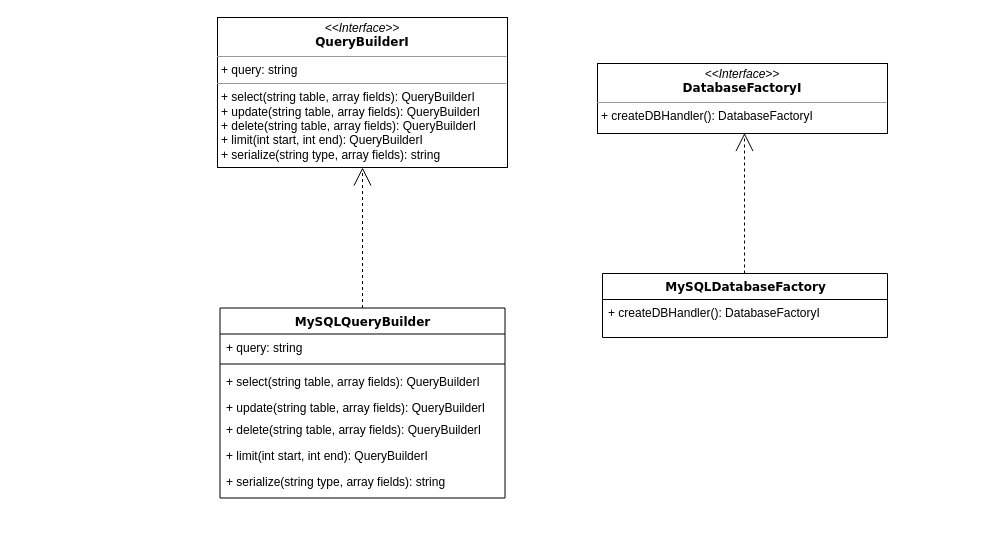
hasanuyanik/news-web-app keeps this draw.io diagram as Database UML Diagram.drawio. Above is the earlier version. Source tidied: cells renumbered, new cells numbered last; positions are measured from the earlier drawing's top-left corner, leaving out a move shared by most shapes. Both pictures are drawn from the tidied source at 100%, with x=0, y=0 at pixel (217, 17).
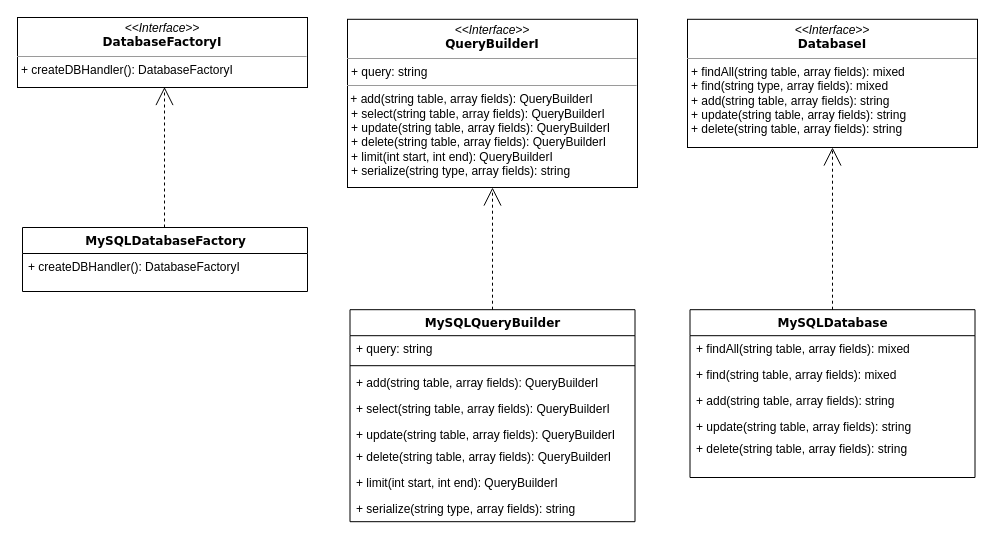
Above is the later version.

Diff of the diagram source:
```diff
@@
     <mxCell id="2" style="edgeStyle=orthogonalEdgeStyle;rounded=0;html=1;dashed=1;labelBackgroundColor=none;startArrow=none;startFill=0;startSize=8;endArrow=open;endFill=0;endSize=16;fontFamily=Verdana;fontSize=12;" parent="1" edge="1" source="3" target="11">
       <mxGeometry relative="1" as="geometry">
         <Array as="points">
-          <mxPoint x="145" y="250" />
-          <mxPoint x="145" y="250" />
+          <mxPoint x="275" y="251.8" />
+          <mxPoint x="275" y="251.8" />
         </Array>
       </mxGeometry>
     </mxCell>
     <mxCell id="3" value="MySQLQueryBuilder" style="swimlane;html=1;fontStyle=1;align=center;verticalAlign=top;horizontal=1;startSize=26;swimlaneFillColor=#ffffff;rounded=0;shadow=0;comic=0;labelBackgroundColor=none;strokeWidth=1;fillColor=none;fontFamily=Verdana;fontSize=12;" parent="1" vertex="1">
-      <mxGeometry x="2.5" y="290.5" width="285" height="190" as="geometry" />
+      <mxGeometry x="132.5" y="292.2" width="285" height="212" as="geometry" />
     </mxCell>
@@
-    <mxCell id="6" value="+ select(&lt;span&gt;string table, array fields&lt;/span&gt;): QueryBuilderI" style="text;html=1;strokeColor=none;fillColor=none;align=left;verticalAlign=top;spacingLeft=4;spacingRight=4;whiteSpace=wrap;overflow=hidden;" parent="3" vertex="1">
+    <mxCell id="6" value="+ add(&lt;span&gt;string table, array fields&lt;/span&gt;): QueryBuilderI" style="text;html=1;strokeColor=none;fillColor=none;align=left;verticalAlign=top;spacingLeft=4;spacingRight=4;whiteSpace=wrap;overflow=hidden;" parent="3" vertex="1">
       <mxGeometry y="60" width="285" height="26" as="geometry" />
     </mxCell>
+    <mxCell id="16" value="+ select(&lt;span&gt;string table, array fields&lt;/span&gt;): QueryBuilderI" style="text;html=1;strokeColor=none;fillColor=none;align=left;verticalAlign=top;spacingLeft=4;spacingRight=4;whiteSpace=wrap;overflow=hidden;" parent="3" vertex="1">
+      <mxGeometry y="86" width="285" height="26" as="geometry" />
+    </mxCell>
     <mxCell id="7" value="+ update(&lt;span&gt;string table, array fields&lt;/span&gt;): QueryBuilderI" style="text;html=1;strokeColor=none;fillColor=none;align=left;verticalAlign=top;spacingLeft=4;spacingRight=4;whiteSpace=wrap;overflow=hidden;" parent="3" vertex="1">
-      <mxGeometry y="86" width="285" height="22" as="geometry" />
+      <mxGeometry y="112" width="285" height="22" as="geometry" />
     </mxCell>
     <mxCell id="8" value="+ delete(&lt;span&gt;string table, array fields&lt;/span&gt;): QueryBuilderI" style="text;html=1;strokeColor=none;fillColor=none;align=left;verticalAlign=top;spacingLeft=4;spacingRight=4;whiteSpace=wrap;overflow=hidden;" parent="3" vertex="1">
-      <mxGeometry y="108" width="285" height="26" as="geometry" />
+      <mxGeometry y="134" width="285" height="26" as="geometry" />
     </mxCell>
     <mxCell id="9" value="+ limit(int start, int end): QueryBuilderI" style="text;html=1;strokeColor=none;fillColor=none;align=left;verticalAlign=top;spacingLeft=4;spacingRight=4;whiteSpace=wrap;overflow=hidden;" parent="3" vertex="1">
-      <mxGeometry y="134" width="285" height="26" as="geometry" />
+      <mxGeometry y="160" width="285" height="26" as="geometry" />
     </mxCell>
     <mxCell id="10" value="+ serialize(&lt;span&gt;string type, array fields&lt;/span&gt;): string" style="text;html=1;strokeColor=none;fillColor=none;align=left;verticalAlign=top;spacingLeft=4;spacingRight=4;whiteSpace=wrap;overflow=hidden;" parent="3" vertex="1">
-      <mxGeometry y="160" width="285" height="26" as="geometry" />
+      <mxGeometry y="186" width="285" height="26" as="geometry" />
     </mxCell>
-    <mxCell id="11" value="&lt;p style=&quot;margin: 0px ; margin-top: 4px ; text-align: center&quot;&gt;&lt;i&gt;&amp;lt;&amp;lt;Interface&amp;gt;&amp;gt;&lt;/i&gt;&lt;br&gt;&lt;span style=&quot;font-family: &amp;#34;verdana&amp;#34; ; font-weight: 700&quot;&gt;QueryBuilderI&lt;/span&gt;&lt;br&gt;&lt;/p&gt;&lt;hr size=&quot;1&quot;&gt;&lt;p style=&quot;margin: 0px ; margin-left: 4px&quot;&gt;+ query: string&lt;/p&gt;&lt;hr size=&quot;1&quot;&gt;&lt;p style=&quot;margin: 0px ; margin-left: 4px&quot;&gt;+ select(string table, array fields): QueryBuilderI&lt;/p&gt;&lt;p style=&quot;margin: 0px ; margin-left: 4px&quot;&gt;+ update(string table, array fields): QueryBuilderI&lt;/p&gt;&lt;p style=&quot;margin: 0px ; margin-left: 4px&quot;&gt;+ delete(string table, array fields): QueryBuilderI&lt;br&gt;+ limit(int start, int end): QueryBuilderI&lt;/p&gt;&lt;p style=&quot;margin: 0px ; margin-left: 4px&quot;&gt;+ serialize(string type, array fields): string&lt;/p&gt;" style="verticalAlign=top;align=left;overflow=fill;fontSize=12;fontFamily=Helvetica;html=1;rounded=0;shadow=0;comic=0;labelBackgroundColor=none;strokeWidth=1;" parent="1" vertex="1">
-      <mxGeometry width="290" height="150" as="geometry" />
+    <mxCell id="11" value="&lt;p style=&quot;margin: 0px ; margin-top: 4px ; text-align: center&quot;&gt;&lt;i&gt;&amp;lt;&amp;lt;Interface&amp;gt;&amp;gt;&lt;/i&gt;&lt;br&gt;&lt;span style=&quot;font-family: &amp;#34;verdana&amp;#34; ; font-weight: 700&quot;&gt;QueryBuilderI&lt;/span&gt;&lt;br&gt;&lt;/p&gt;&lt;hr size=&quot;1&quot;&gt;&lt;p style=&quot;margin: 0px ; margin-left: 4px&quot;&gt;+ query: string&lt;/p&gt;&lt;hr size=&quot;1&quot;&gt;&amp;nbsp;+ add(string table, array fields): QueryBuilderI&lt;p style=&quot;margin: 0px ; margin-left: 4px&quot;&gt;+ select(string table, array fields): QueryBuilderI&lt;/p&gt;&lt;p style=&quot;margin: 0px ; margin-left: 4px&quot;&gt;+ update(string table, array fields): QueryBuilderI&lt;/p&gt;&lt;p style=&quot;margin: 0px ; margin-left: 4px&quot;&gt;+ delete(string table, array fields): QueryBuilderI&lt;br&gt;+ limit(int start, int end): QueryBuilderI&lt;/p&gt;&lt;p style=&quot;margin: 0px ; margin-left: 4px&quot;&gt;+ serialize(string type, array fields): string&lt;/p&gt;" style="verticalAlign=top;align=left;overflow=fill;fontSize=12;fontFamily=Helvetica;html=1;rounded=0;shadow=0;comic=0;labelBackgroundColor=none;strokeWidth=1;" parent="1" vertex="1">
+      <mxGeometry x="130" y="1.8" width="290" height="168.2" as="geometry" />
     </mxCell>
     <mxCell id="12" value="&lt;p style=&quot;margin: 0px ; margin-top: 4px ; text-align: center&quot;&gt;&lt;i&gt;&amp;lt;&amp;lt;Interface&amp;gt;&amp;gt;&lt;/i&gt;&lt;br&gt;&lt;span style=&quot;font-family: &amp;#34;verdana&amp;#34; ; font-weight: 700&quot;&gt;DatabaseFactoryI&lt;/span&gt;&lt;br&gt;&lt;/p&gt;&lt;hr size=&quot;1&quot;&gt;&lt;p style=&quot;margin: 0px ; margin-left: 4px&quot;&gt;+ createDBHandler&lt;span&gt;(): DatabaseFactoryI&lt;/span&gt;&lt;/p&gt;" style="verticalAlign=top;align=left;overflow=fill;fontSize=12;fontFamily=Helvetica;html=1;rounded=0;shadow=0;comic=0;labelBackgroundColor=none;strokeWidth=1;" parent="1" vertex="1">
-      <mxGeometry x="380" y="46" width="290" height="70" as="geometry" />
+      <mxGeometry x="-200" width="290" height="70" as="geometry" />
     </mxCell>
     <mxCell id="13" value="MySQLDatabaseFactory" style="swimlane;html=1;fontStyle=1;align=center;verticalAlign=top;horizontal=1;startSize=26;swimlaneFillColor=#ffffff;rounded=0;shadow=0;comic=0;labelBackgroundColor=none;strokeWidth=1;fillColor=none;fontFamily=Verdana;fontSize=12;" parent="1" vertex="1">
-      <mxGeometry x="385" y="256" width="285" height="64" as="geometry" />
+      <mxGeometry x="-195" y="210" width="285" height="64" as="geometry" />
     </mxCell>
@@
     <mxCell id="15" style="edgeStyle=orthogonalEdgeStyle;rounded=0;html=1;dashed=1;labelBackgroundColor=none;startArrow=none;startFill=0;startSize=8;endArrow=open;endFill=0;endSize=16;fontFamily=Verdana;fontSize=12;" parent="1" edge="1">
       <mxGeometry relative="1" as="geometry">
-        <mxPoint x="527" y="256" as="sourcePoint" />
-        <mxPoint x="527" y="115.5" as="targetPoint" />
+        <mxPoint x="-53" y="210" as="sourcePoint" />
+        <mxPoint x="-53" y="69.5" as="targetPoint" />
         <Array as="points">
-          <mxPoint x="527" y="215.5" />
-          <mxPoint x="527" y="215.5" />
+          <mxPoint x="-53" y="169.5" />
+          <mxPoint x="-53" y="169.5" />
         </Array>
       </mxGeometry>
     </mxCell>
+    <mxCell id="17" style="edgeStyle=orthogonalEdgeStyle;rounded=0;html=1;dashed=1;labelBackgroundColor=none;startArrow=none;startFill=0;startSize=8;endArrow=open;endFill=0;endSize=16;fontFamily=Verdana;fontSize=12;" parent="1" edge="1" source="18" target="24">
+      <mxGeometry relative="1" as="geometry">
+        <Array as="points">
+          <mxPoint x="615" y="251.8" />
+          <mxPoint x="615" y="251.8" />
+        </Array>
+      </mxGeometry>
+    </mxCell>
+    <mxCell id="18" value="MySQLDatabase" style="swimlane;html=1;fontStyle=1;align=center;verticalAlign=top;horizontal=1;startSize=26;swimlaneFillColor=#ffffff;rounded=0;shadow=0;comic=0;labelBackgroundColor=none;strokeWidth=1;fillColor=none;fontFamily=Verdana;fontSize=12;" parent="1" vertex="1">
+      <mxGeometry x="472.5" y="292.2" width="285" height="167.8" as="geometry" />
+    </mxCell>
+    <mxCell id="19" value="+ findAll(&lt;span&gt;string table, array fields&lt;/span&gt;): mixed" style="text;html=1;strokeColor=none;fillColor=none;align=left;verticalAlign=top;spacingLeft=4;spacingRight=4;whiteSpace=wrap;overflow=hidden;" parent="18" vertex="1">
+      <mxGeometry y="26" width="285" height="26" as="geometry" />
+    </mxCell>
+    <mxCell id="20" value="+ find(&lt;span&gt;string table, array fields&lt;/span&gt;): mixed" style="text;html=1;strokeColor=none;fillColor=none;align=left;verticalAlign=top;spacingLeft=4;spacingRight=4;whiteSpace=wrap;overflow=hidden;" parent="18" vertex="1">
+      <mxGeometry y="52" width="285" height="26" as="geometry" />
+    </mxCell>
+    <mxCell id="21" value="+ add(&lt;span&gt;string table, array fields&lt;/span&gt;): string" style="text;html=1;strokeColor=none;fillColor=none;align=left;verticalAlign=top;spacingLeft=4;spacingRight=4;whiteSpace=wrap;overflow=hidden;" parent="18" vertex="1">
+      <mxGeometry y="78" width="285" height="26" as="geometry" />
+    </mxCell>
+    <mxCell id="22" value="+ update(&lt;span&gt;string table, array fields&lt;/span&gt;): string" style="text;html=1;strokeColor=none;fillColor=none;align=left;verticalAlign=top;spacingLeft=4;spacingRight=4;whiteSpace=wrap;overflow=hidden;" parent="18" vertex="1">
+      <mxGeometry y="104" width="285" height="22" as="geometry" />
+    </mxCell>
+    <mxCell id="23" value="+ delete(&lt;span&gt;string table, array fields&lt;/span&gt;): string" style="text;html=1;strokeColor=none;fillColor=none;align=left;verticalAlign=top;spacingLeft=4;spacingRight=4;whiteSpace=wrap;overflow=hidden;" parent="18" vertex="1">
+      <mxGeometry y="126" width="285" height="26" as="geometry" />
+    </mxCell>
+    <mxCell id="24" value="&lt;p style=&quot;margin: 0px ; margin-top: 4px ; text-align: center&quot;&gt;&lt;i&gt;&amp;lt;&amp;lt;Interface&amp;gt;&amp;gt;&lt;/i&gt;&lt;br&gt;&lt;span style=&quot;font-family: &amp;#34;verdana&amp;#34; ; font-weight: 700&quot;&gt;DatabaseI&lt;/span&gt;&lt;br&gt;&lt;/p&gt;&lt;hr size=&quot;1&quot;&gt;&lt;p style=&quot;margin: 0px ; margin-left: 4px&quot;&gt;&lt;/p&gt;&lt;p style=&quot;margin: 0px ; margin-left: 4px&quot;&gt;+ findAll(string table, array fields): mixed&lt;/p&gt;&lt;p style=&quot;margin: 0px ; margin-left: 4px&quot;&gt;+ find(string type, array fields): mixed&lt;br&gt;&lt;/p&gt;&lt;p style=&quot;margin: 0px ; margin-left: 4px&quot;&gt;+ add(string table, array fields): string&lt;/p&gt;&lt;p style=&quot;margin: 0px ; margin-left: 4px&quot;&gt;+ update(string table, array fields): string&lt;br&gt;+ delete(string table, array fields): string&lt;/p&gt;&lt;p style=&quot;margin: 0px ; margin-left: 4px&quot;&gt;&lt;br&gt;&lt;/p&gt;" style="verticalAlign=top;align=left;overflow=fill;fontSize=12;fontFamily=Helvetica;html=1;rounded=0;shadow=0;comic=0;labelBackgroundColor=none;strokeWidth=1;" parent="1" vertex="1">
+      <mxGeometry x="470" y="1.8" width="290" height="128.2" as="geometry" />
+    </mxCell>
```
